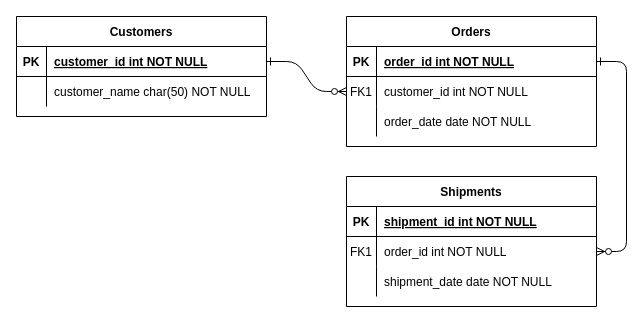
Above: Untitled Diagram.drawio in anilmarella/mw_interview (draw.io), before the change. Source tidied: cells renumbered, new cells numbered last; positions are measured from the earlier drawing's top-left corner, leaving out a move shared by most shapes. Both pictures are drawn from the tidied source at 100%, with x=0, y=0 at pixel (16, 16).
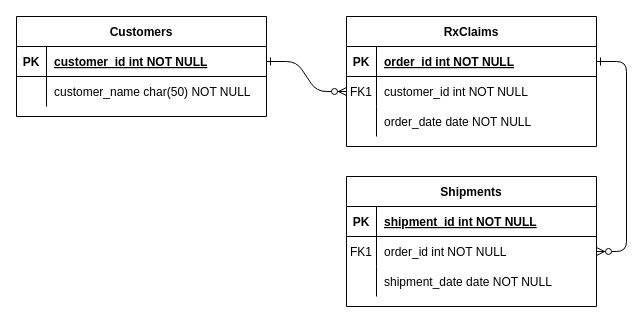
Above is the later version.

Commit message:
updated the data_model

Change to the diagram source:
```diff
@@
-    <mxCell id="4" value="Orders" style="shape=table;startSize=30;childLayout=tableLayout;rowLines=0;fontStyle=1;align=center;" parent="1" vertex="1">
+    <mxCell id="4" value="RxClaims" style="shape=table;startSize=30;childLayout=tableLayout;rowLines=0;fontStyle=1;align=center;" parent="1" vertex="1">
       <mxGeometry x="330" width="250" height="130" as="geometry" />
     </mxCell>
```
